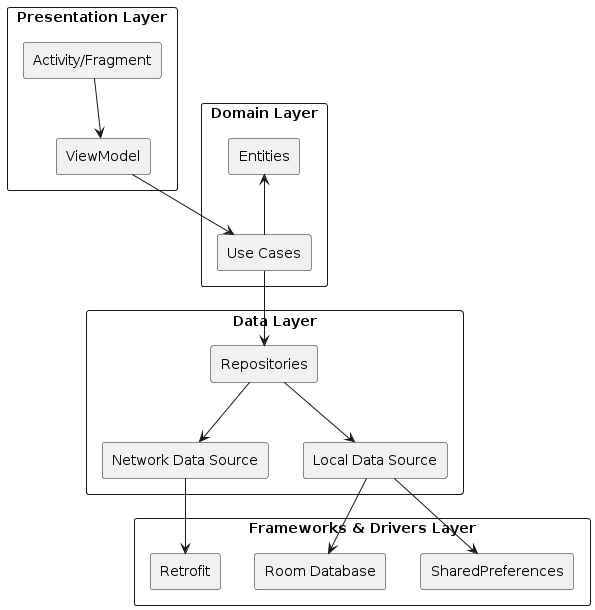
Above: happystore_architecture_screenshot.png in ymatinfard/HappyStore-ecommerceApp (PlantUML), before the change.
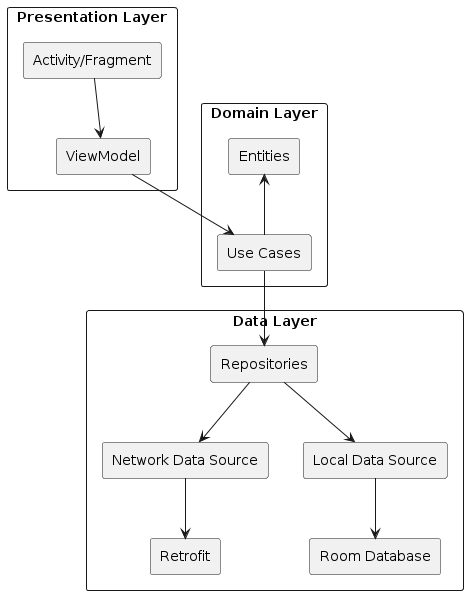
After the change.

Commit message:
Add readme architecture screenshot

What changed in the source:
```diff
@@ -15,12 +15,8 @@
   rectangle "Repositories" as repo
   rectangle "Network Data Source" as netds
   rectangle "Local Data Source" as locds
-}
-
-rectangle "Frameworks & Drivers Layer" {
   rectangle "Retrofit" as retrofit
   rectangle "Room Database" as room
-  rectangle "SharedPreferences" as prefs
 }
 
 ui --> vm
@@ -30,6 +26,5 @@
 repo --> locds
 netds --> retrofit
 locds --> room
-locds --> prefs
 entity <-- domain
 @enduml
```
